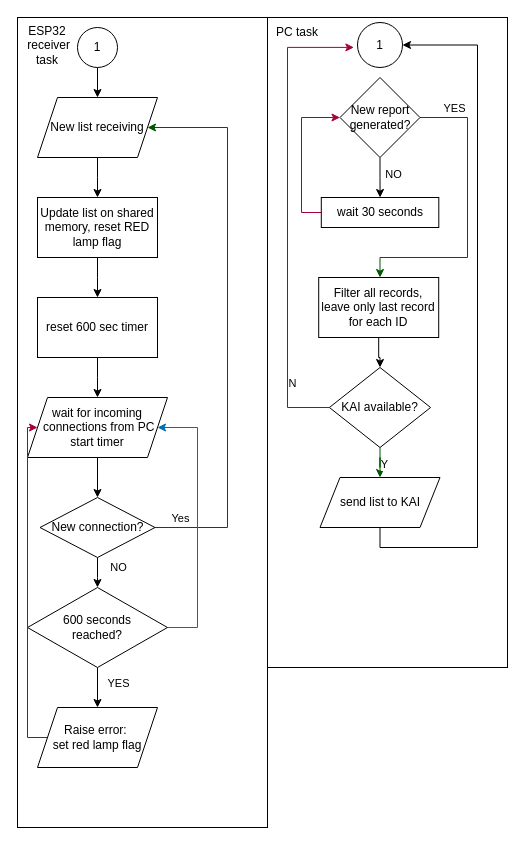
Earlier version of the draw.io diagram page "Algo KAI+PC traffic" (3 of 4) of KAI.drawio (megavad/Diagrams). Source tidied: cells renumbered, new cells numbered last; positions are measured from the earlier drawing's top-left corner, leaving out a move shared by most shapes. Both pictures are drawn from the tidied source at 100%, with x=0, y=0 at pixel (17, 17).
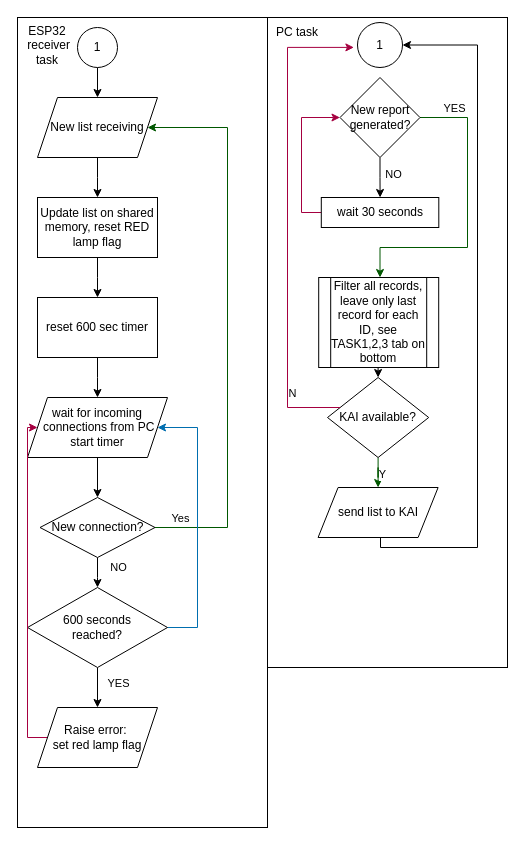
The same diagram, later.

Unchanged cells that the change refers to:
```xml
<mxCell id="15" value="New report generated?" style="rhombus;whiteSpace=wrap;html=1;" parent="1" vertex="1">
  <mxGeometry x="322.5" y="60" width="80" height="80" as="geometry" />
</mxCell>
```

What changed in the source:
```diff
@@
     <mxCell id="13" style="edgeStyle=orthogonalEdgeStyle;rounded=0;jettySize=auto;html=1;entryX=0.5;entryY=0;entryDx=0;entryDy=0;fillColor=#008a00;strokeColor=#005700;" parent="1" edge="1" source="15">
       <mxGeometry relative="1" as="geometry">
         <mxPoint x="362.5" y="260" as="targetPoint" />
         <Array as="points">
           <mxPoint x="450" y="100" />
-          <mxPoint x="450" y="240" />
+          <mxPoint x="450" y="230" />
+          <mxPoint x="363" y="230" />
         </Array>
       </mxGeometry>
     </mxCell>
@@
-    <mxCell id="18" style="edgeStyle=orthogonalEdgeStyle;rounded=0;jettySize=auto;html=1;" parent="1" edge="1" source="19" target="24">
-      <mxGeometry relative="1" as="geometry" />
+    <mxCell id="18" style="edgeStyle=orthogonalEdgeStyle;rounded=0;jettySize=auto;html=1;" parent="1" edge="1" target="24">
+      <mxGeometry relative="1" as="geometry">
+        <mxPoint x="361.3" y="320" as="sourcePoint" />
+      </mxGeometry>
     </mxCell>
-    <mxCell id="19" value="Filter all records,&lt;div&gt;leave only last record for each ID&lt;/div&gt;" style="rounded=0;whiteSpace=wrap;html=1;" parent="1" vertex="1">
-      <mxGeometry x="301.2" y="260" width="120" height="60" as="geometry" />
-    </mxCell>
@@
     <mxCell id="21" value="send list to KAI" style="shape=parallelogram;perimeter=parallelogramPerimeter;whiteSpace=wrap;html=1;fixedSize=1;" parent="1" vertex="1">
-      <mxGeometry x="302.5" y="460" width="120" height="50" as="geometry" />
+      <mxGeometry x="300.6" y="470" width="120" height="50" as="geometry" />
     </mxCell>
@@
     <mxCell id="24" value="KAI available?" style="rhombus;whiteSpace=wrap;html=1;" parent="1" vertex="1">
-      <mxGeometry x="311.9" y="350" width="101.2" height="80" as="geometry" />
+      <mxGeometry x="310" y="360" width="101.2" height="80" as="geometry" />
     </mxCell>
@@
+    <mxCell id="45" value="Filter all records,&lt;div&gt;leave only last record for each ID, see &lt;span style=&quot;color: light-dark(rgb(0, 0, 0), rgb(255, 0, 0));&quot;&gt;TASK1,2,3 tab on bottom&lt;/span&gt;&lt;/div&gt;" style="shape=process;whiteSpace=wrap;html=1;backgroundOutline=1;" parent="1" vertex="1">
+      <mxGeometry x="301.2" y="260" width="120" height="90" as="geometry" />
+    </mxCell>
```
